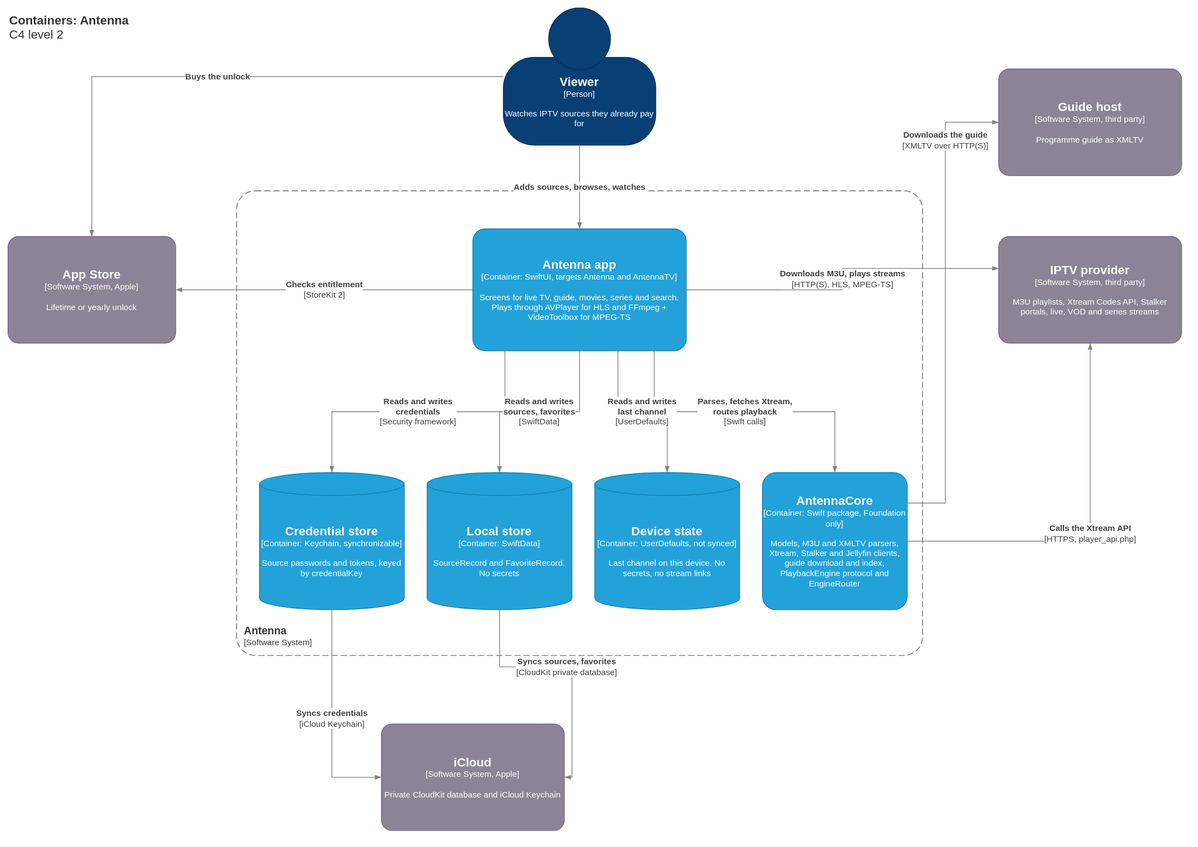
Earlier version of the draw.io export docs/architecture/c4-container.drawio.svg (OlofLoov/antenna). Source tidied: cells renumbered, new cells last; positions are measured from the earlier drawing's top-left corner, leaving out a move shared by most shapes.
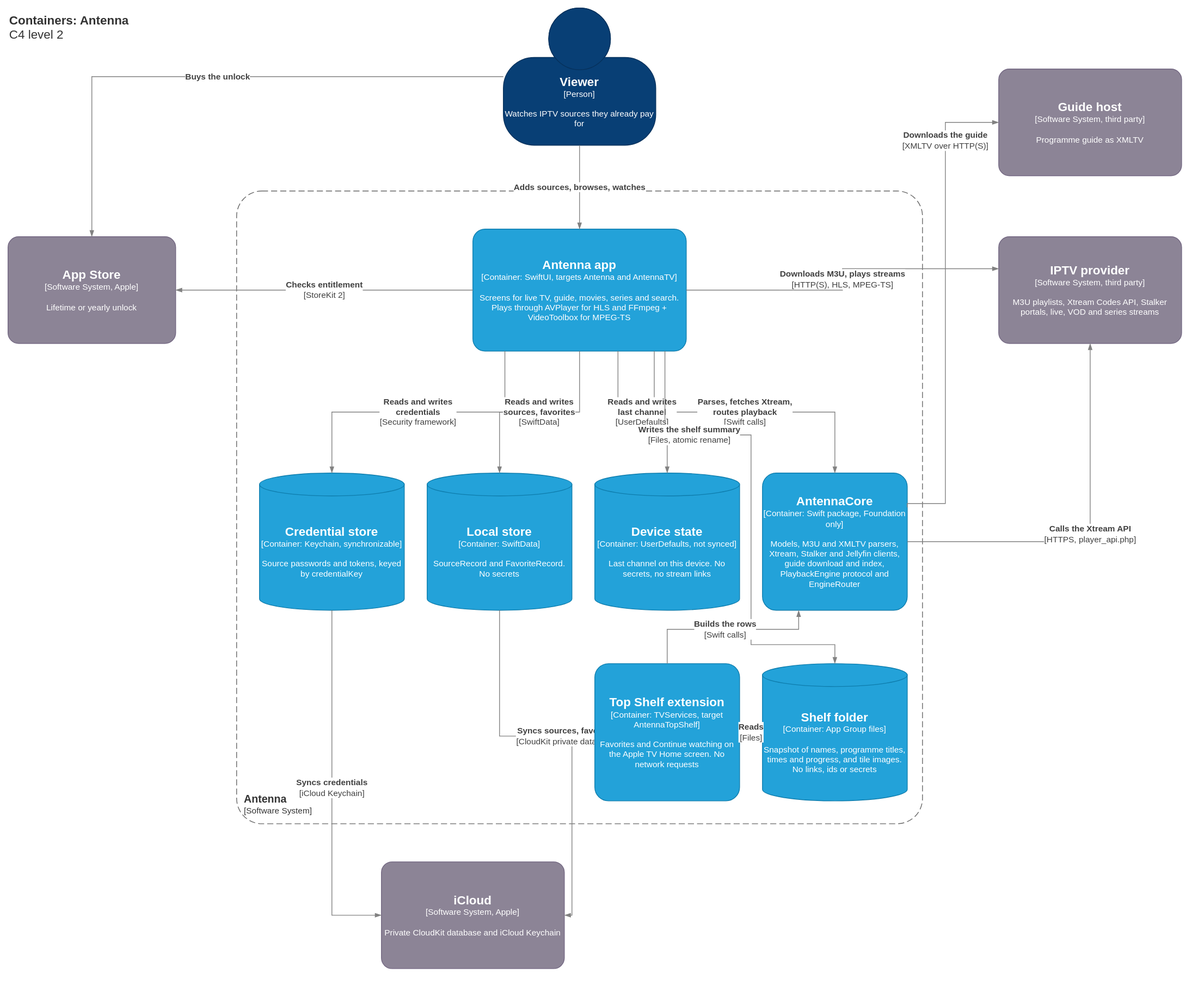
Above is the later version.

Commit message:
feat(tv): add the Top Shelf extension

The edit, as a diff of the source:
```diff
@@ -9,7 +9,7 @@
       <mxGeometry x="650" width="200" height="180" as="geometry" />
     </mxCell>
     <mxCell id="4" value="&lt;font style='font-size:14px'&gt;&lt;b&gt;Antenna&lt;/b&gt;&lt;/font&gt;&lt;div&gt;[Software System]&lt;/div&gt;" style="rounded=1;fontSize=11;whiteSpace=wrap;html=1;dashed=1;arcSize=4;fillColor=none;strokeColor=#666666;fontColor=#333333;labelBackgroundColor=none;align=left;verticalAlign=bottom;spacing=10;dashPattern=8 4;" parent="1" vertex="1">
-      <mxGeometry x="300" y="240" width="900" height="610" as="geometry" />
+      <mxGeometry x="300" y="240" width="900" height="830" as="geometry" />
     </mxCell>
     <mxCell id="5" value="&lt;font style='font-size:16px'&gt;&lt;b&gt;Antenna app&lt;/b&gt;&lt;/font&gt;&lt;div&gt;[Container: SwiftUI, targets Antenna and AntennaTV]&lt;/div&gt;&lt;br&gt;&lt;div&gt;Screens for live TV, guide, movies, series and search. Plays through AVPlayer for HLS and FFmpeg + VideoToolbox for MPEG-TS&lt;/div&gt;" style="rounded=1;whiteSpace=wrap;html=1;labelBackgroundColor=none;fillColor=#23A2D9;fontColor=#ffffff;align=center;arcSize=10;strokeColor=#0E7DAD;fontSize=11;" parent="1" vertex="1">
       <mxGeometry x="610" y="290" width="280" height="160" as="geometry" />
@@ -30,7 +30,7 @@
       <mxGeometry y="300" width="220" height="140" as="geometry" />
     </mxCell>
     <mxCell id="11" value="&lt;font style='font-size:16px'&gt;&lt;b&gt;iCloud&lt;/b&gt;&lt;/font&gt;&lt;div&gt;[Software System, Apple]&lt;/div&gt;&lt;br&gt;&lt;div&gt;Private CloudKit database and iCloud Keychain&lt;/div&gt;" style="rounded=1;whiteSpace=wrap;html=1;labelBackgroundColor=none;fillColor=#8C8496;fontColor=#ffffff;align=center;arcSize=10;strokeColor=#736782;fontSize=11;" parent="1" vertex="1">
-      <mxGeometry x="490" y="940" width="240" height="140" as="geometry" />
+      <mxGeometry x="490" y="1120" width="240" height="140" as="geometry" />
     </mxCell>
     <mxCell id="12" value="&lt;font style='font-size:16px'&gt;&lt;b&gt;IPTV provider&lt;/b&gt;&lt;/font&gt;&lt;div&gt;[Software System, third party]&lt;/div&gt;&lt;br&gt;&lt;div&gt;M3U playlists, Xtream Codes API, Stalker portals, live, VOD and series streams&lt;/div&gt;" style="rounded=1;whiteSpace=wrap;html=1;labelBackgroundColor=none;fillColor=#8C8496;fontColor=#ffffff;align=center;arcSize=10;strokeColor=#736782;fontSize=11;" parent="1" vertex="1">
       <mxGeometry x="1300" y="300" width="240" height="140" as="geometry" />
@@ -79,5 +79,32 @@
     <mxCell id="25" value="&lt;b&gt;Reads and writes&lt;br&gt;last channel&lt;/b&gt;&lt;div&gt;[UserDefaults]&lt;/div&gt;" style="endArrow=blockThin;html=1;fontSize=11;fontColor=#404040;endFill=1;strokeColor=#828282;edgeStyle=orthogonalEdgeStyle;rounded=0;labelBackgroundColor=#ffffff;exitX=0.68;exitY=1;entryX=0.5;entryY=0;" parent="1" edge="1" source="5" target="8">
       <mxGeometry relative="1" as="geometry" />
     </mxCell>
+    <mxCell id="26" value="&lt;font style='font-size:16px'&gt;&lt;b&gt;Shelf folder&lt;/b&gt;&lt;/font&gt;&lt;div&gt;[Container: App Group files]&lt;/div&gt;&lt;br&gt;&lt;div&gt;Snapshot of names, programme titles, times and progress, and tile images. No links, ids or secrets&lt;/div&gt;" style="shape=cylinder3;size=15;boundedLbl=1;whiteSpace=wrap;html=1;labelBackgroundColor=none;fillColor=#23A2D9;fontColor=#ffffff;align=center;strokeColor=#0E7DAD;fontSize=11;" parent="1" vertex="1">
+      <mxGeometry x="990" y="860" width="190" height="180" as="geometry" />
+    </mxCell>
+    <mxCell id="27" value="&lt;font style='font-size:16px'&gt;&lt;b&gt;Top Shelf extension&lt;/b&gt;&lt;/font&gt;&lt;div&gt;[Container: TVServices, target AntennaTopShelf]&lt;/div&gt;&lt;br&gt;&lt;div&gt;Favorites and Continue watching on the Apple TV Home screen. No network requests&lt;/div&gt;" style="rounded=1;whiteSpace=wrap;html=1;labelBackgroundColor=none;fillColor=#23A2D9;fontColor=#ffffff;align=center;arcSize=10;strokeColor=#0E7DAD;fontSize=11;" parent="1" vertex="1">
+      <mxGeometry x="770" y="860" width="190" height="180" as="geometry" />
+    </mxCell>
+    <mxCell id="28" value="&lt;b&gt;Writes the shelf summary&lt;/b&gt;&lt;div&gt;[Files, atomic rename]&lt;/div&gt;" style="endArrow=blockThin;html=1;fontSize=11;fontColor=#404040;endFill=1;strokeColor=#828282;edgeStyle=orthogonalEdgeStyle;rounded=0;labelBackgroundColor=#ffffff;exitX=0.9;exitY=1;entryX=0.5;entryY=0;" parent="1" edge="1" source="5" target="26">
+      <mxGeometry x="-0.55" relative="1" as="geometry">
+        <Array as="points">
+          <mxPoint x="862" y="560" />
+          <mxPoint x="975" y="560" />
+          <mxPoint x="975" y="835" />
+          <mxPoint x="1085" y="835" />
+        </Array>
+      </mxGeometry>
+    </mxCell>
+    <mxCell id="29" value="&lt;b&gt;Reads&lt;/b&gt;&lt;div&gt;[Files]&lt;/div&gt;" style="endArrow=blockThin;html=1;fontSize=11;fontColor=#404040;endFill=1;strokeColor=#828282;edgeStyle=orthogonalEdgeStyle;rounded=0;labelBackgroundColor=#ffffff;exitX=1;exitY=0.5;entryX=0;entryY=0.5;" parent="1" edge="1" source="27" target="26">
+      <mxGeometry relative="1" as="geometry" />
+    </mxCell>
+    <mxCell id="30" value="&lt;b&gt;Builds the rows&lt;/b&gt;&lt;div&gt;[Swift calls]&lt;/div&gt;" style="endArrow=blockThin;html=1;fontSize=11;fontColor=#404040;endFill=1;strokeColor=#828282;edgeStyle=orthogonalEdgeStyle;rounded=0;labelBackgroundColor=#ffffff;exitX=0.5;exitY=0;entryX=0.25;entryY=1;" parent="1" edge="1" source="27" target="9">
+      <mxGeometry relative="1" as="geometry">
+        <Array as="points">
+          <mxPoint x="865" y="815" />
+          <mxPoint x="1037" y="815" />
+        </Array>
+      </mxGeometry>
+    </mxCell>
   </root>
 </mxGraphModel>
```
